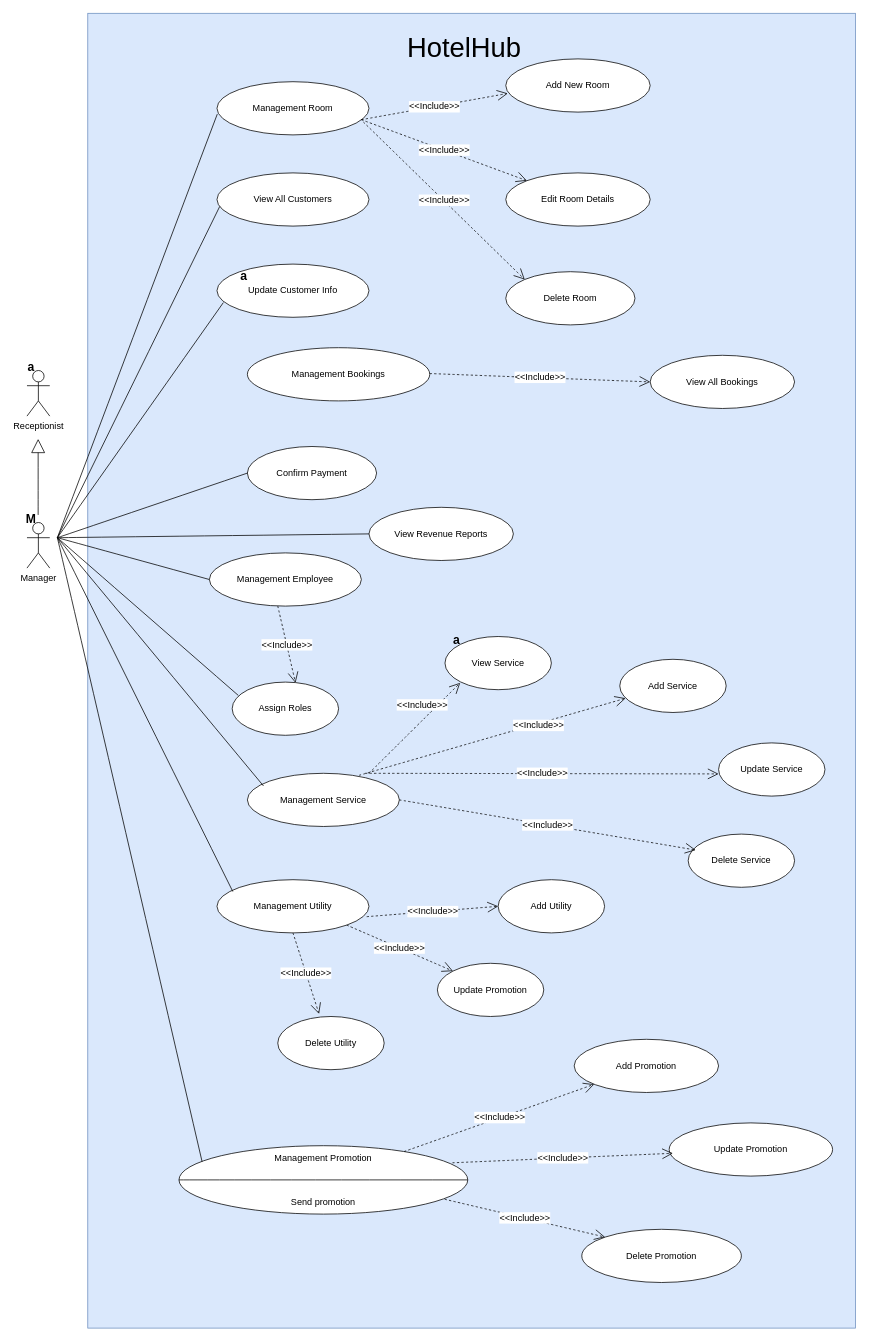
Above: page "UCs for Manager" (4 of 4) of UseCase.drawio in toikobi401/SWP391_HotelManagement (draw.io), before the change. Source tidied: cells renumbered, new cells numbered last; positions are measured from the earlier drawing's top-left corner, leaving out a move shared by most shapes. Both pictures are drawn from the tidied source at 76%, with x=0, y=0 at pixel (15, 13).
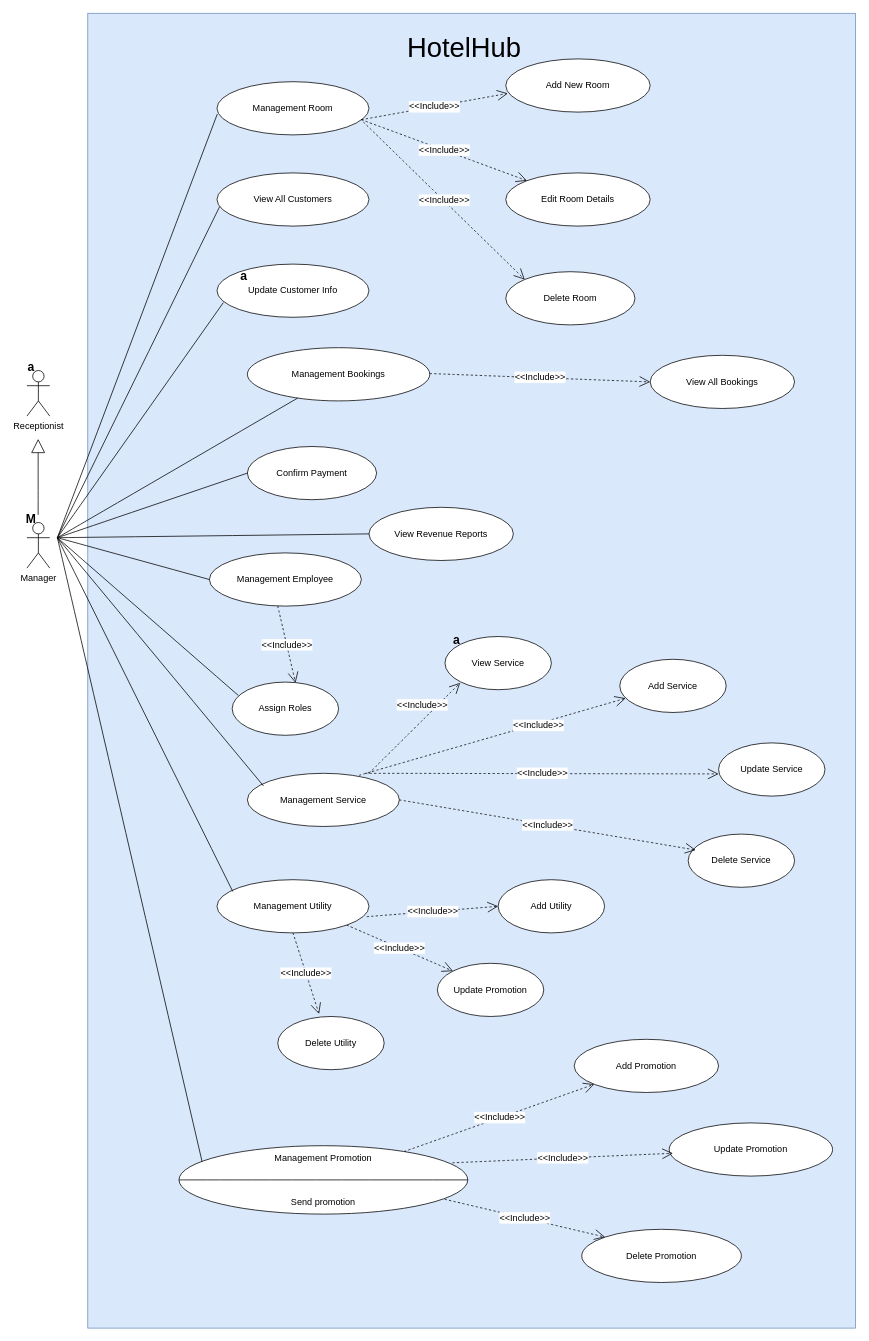
After the change.

The change refers to these unchanged cells:
```xml
<mxCell id="15" value="Management Bookings" style="ellipse;whiteSpace=wrap;html=1;" parent="1" vertex="1">
  <mxGeometry x="305" y="440" width="240" height="70" as="geometry" />
</mxCell>
```

Change to the diagram source:
```diff
@@
+    <mxCell id="64" style="endArrow=none;html=1;rounded=0;fontSize=12;startSize=8;endSize=8;curved=1;" parent="1" edge="1" target="15">
+      <mxGeometry relative="1" as="geometry">
+        <mxPoint x="55" y="690" as="sourcePoint" />
+      </mxGeometry>
+    </mxCell>
```
